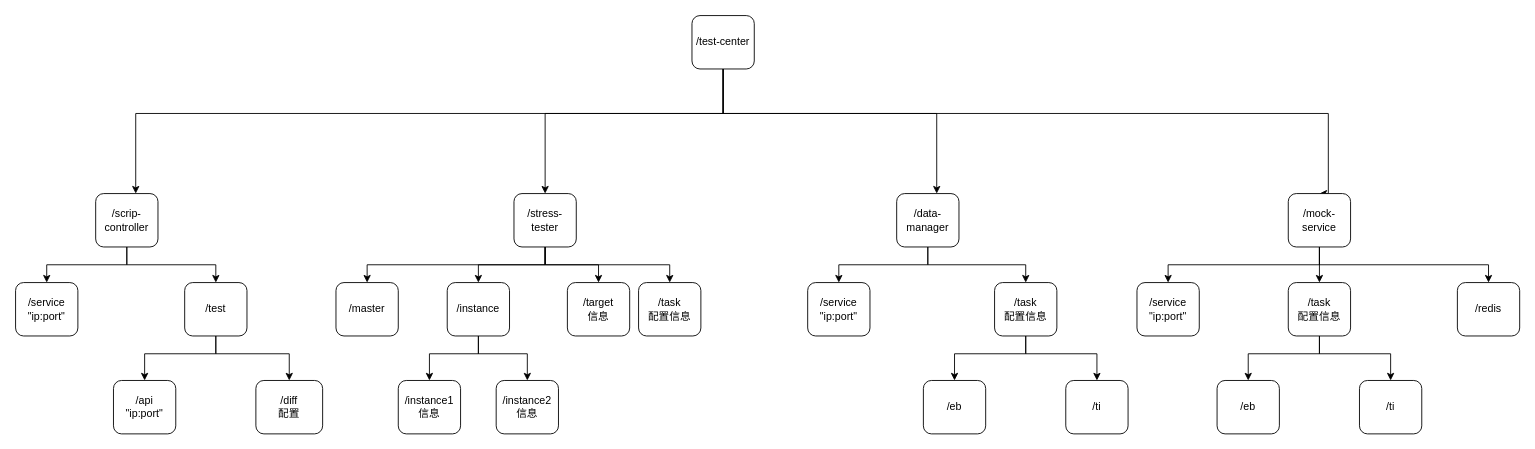
Earlier version of the draw.io diagram config.drawio (Damon259/damon.song). Source tidied: cells renumbered, new cells numbered last; positions are measured from the earlier drawing's top-left corner, leaving out a move shared by most shapes. Both pictures are drawn from the tidied source at 89%, with x=0, y=0 at pixel (15, 15).
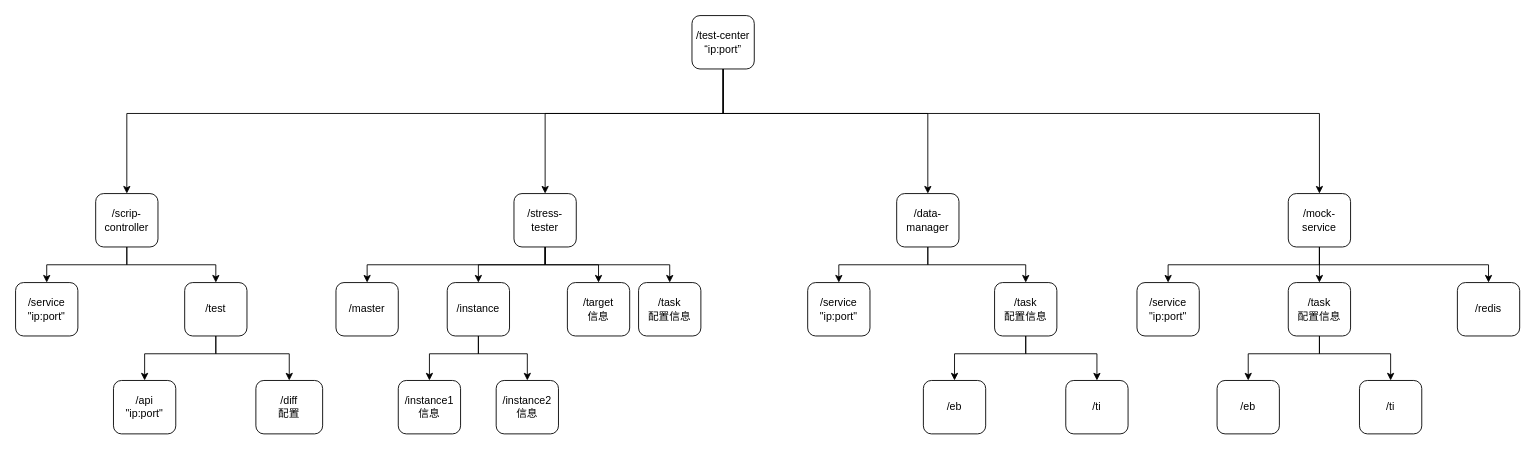
The same diagram, later.

Unchanged cells that the change refers to:
```xml
<mxCell id="9" value="/scrip-controller" style="rounded=1;whiteSpace=wrap;html=1;" parent="1" vertex="1">
  <mxGeometry x="90" y="200" width="70" height="60" as="geometry" />
</mxCell>
<mxCell id="17" value="/data-manager" style="rounded=1;whiteSpace=wrap;html=1;" parent="1" vertex="1">
  <mxGeometry x="990" y="200" width="70" height="60" as="geometry" />
</mxCell>
<mxCell id="21" value="/mock-service" style="rounded=1;whiteSpace=wrap;html=1;" parent="1" vertex="1">
  <mxGeometry x="1430" y="200" width="70" height="60" as="geometry" />
</mxCell>
```

The edit, as a diff of the source:
```diff
@@
     <mxCell id="3" style="edgeStyle=orthogonalEdgeStyle;rounded=0;jettySize=auto;html=1;exitX=0.5;exitY=1;exitDx=0;exitDy=0;" parent="1" edge="1" source="6" target="17">
       <mxGeometry relative="1" as="geometry">
         <Array as="points">
           <mxPoint x="795" y="110" />
-          <mxPoint x="1035" y="110" />
+          <mxPoint x="1025" y="110" />
         </Array>
       </mxGeometry>
     </mxCell>
     <mxCell id="4" style="edgeStyle=orthogonalEdgeStyle;rounded=0;jettySize=auto;html=1;entryX=0.5;entryY=0;entryDx=0;entryDy=0;exitX=0.5;exitY=1;exitDx=0;exitDy=0;" parent="1" edge="1" source="6" target="21">
       <mxGeometry relative="1" as="geometry">
         <Array as="points">
           <mxPoint x="795" y="110" />
-          <mxPoint x="1475" y="110" />
-          <mxPoint x="1475" y="200" />
+          <mxPoint x="1465" y="110" />
         </Array>
       </mxGeometry>
     </mxCell>
     <mxCell id="5" style="edgeStyle=orthogonalEdgeStyle;rounded=0;jettySize=auto;html=1;" parent="1" edge="1" source="6" target="9">
       <mxGeometry relative="1" as="geometry">
         <Array as="points">
           <mxPoint x="795" y="110" />
-          <mxPoint x="135" y="110" />
+          <mxPoint x="125" y="110" />
         </Array>
       </mxGeometry>
     </mxCell>
-    <mxCell id="6" value="/test-center" style="rounded=1;whiteSpace=wrap;html=1;" parent="1" vertex="1">
+    <mxCell id="6" value="/test-center&lt;br&gt;“ip:port”" style="rounded=1;whiteSpace=wrap;html=1;" parent="1" vertex="1">
       <mxGeometry x="760" width="70" height="60" as="geometry" />
     </mxCell>
```
